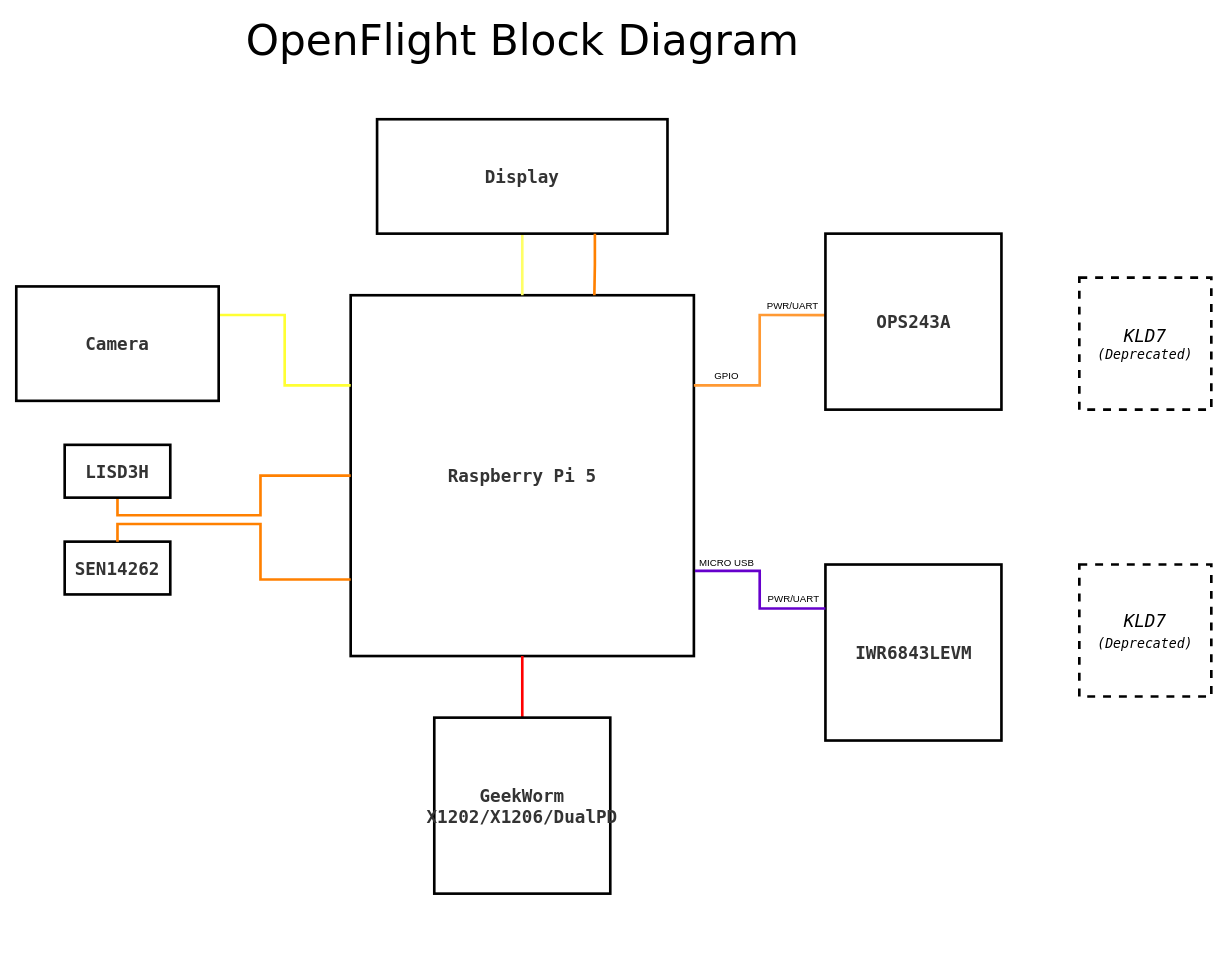
Earlier version of the draw.io diagram docs/OpenFlight_Block_Diagram.drawio (Robinante/OpenFlight-Radar-Workbench). Source tidied: cells renumbered, new cells numbered last; positions are measured from the earlier drawing's top-left corner, leaving out a move shared by most shapes. Both pictures are drawn from the tidied source at 88%, with x=0, y=0 at pixel (16, 27).
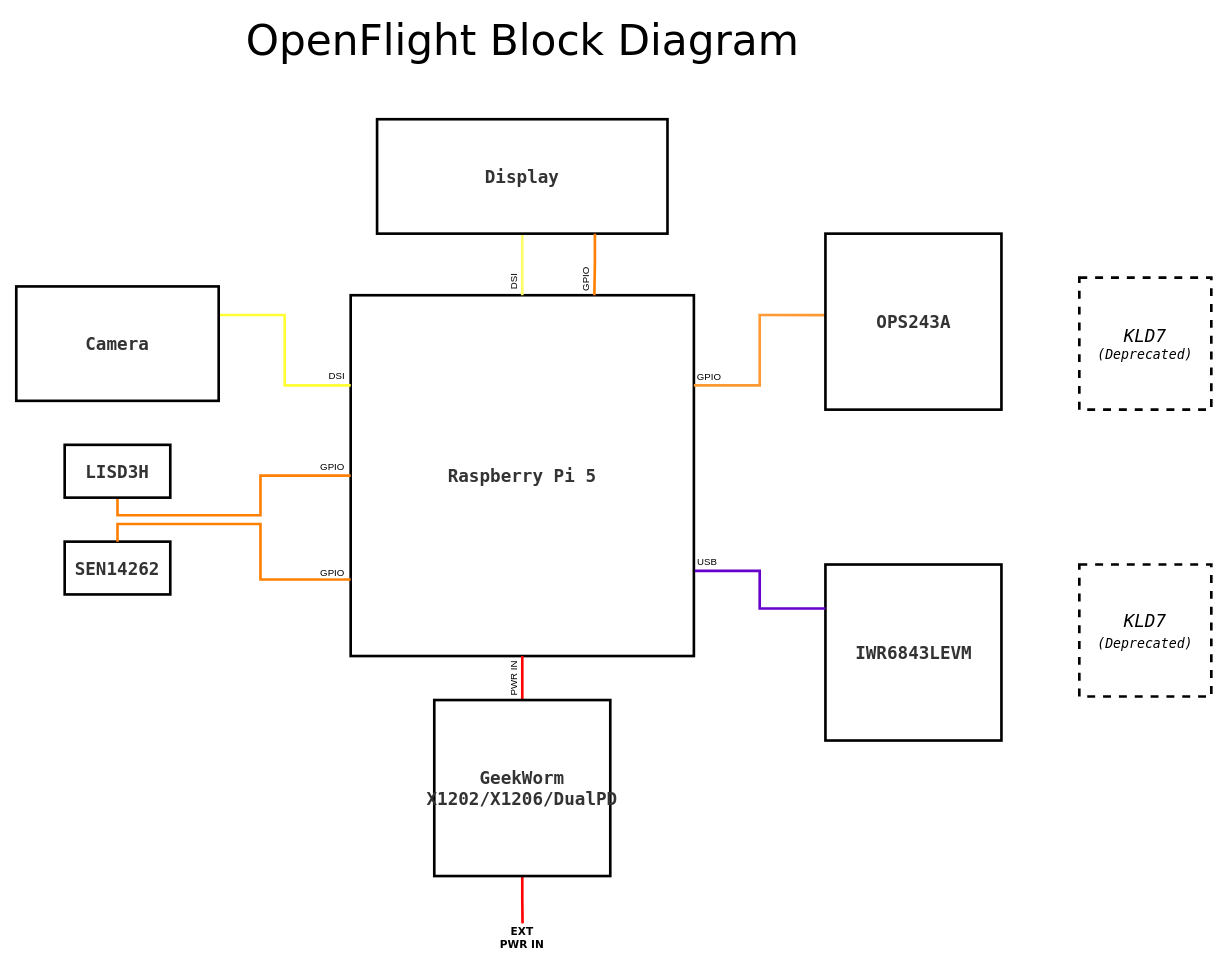
The same diagram, later.

Commit message:
Wires labelled first pass

The change refers to these unchanged cells:
```xml
<mxCell id="3" style="edgeStyle=orthogonalEdgeStyle;rounded=0;jettySize=auto;html=1;exitX=0.5;exitY=1;exitDx=0;exitDy=0;entryX=0.5;entryY=0;entryDx=0;entryDy=0;endArrow=none;endFill=0;strokeColor=#FFFF66;strokeWidth=3;" parent="1" edge="1" source="4" target="2">
  <mxGeometry relative="1" as="geometry" />
</mxCell>
<mxCell id="5" style="edgeStyle=orthogonalEdgeStyle;rounded=0;jettySize=auto;html=1;exitX=1;exitY=0.25;exitDx=0;exitDy=0;entryX=0;entryY=0.25;entryDx=0;entryDy=0;endArrow=none;endFill=0;strokeColor=#FFFF33;strokeWidth=3;" parent="1" edge="1" source="6" target="2">
  <mxGeometry relative="1" as="geometry" />
</mxCell>
<mxCell id="10" style="edgeStyle=orthogonalEdgeStyle;rounded=0;jettySize=auto;html=1;exitX=0.003804;exitY=0.462609;exitDx=0;exitDy=0;exitPerimeter=0;entryX=1;entryY=0.25;entryDx=0;entryDy=0;strokeWidth=3;strokeColor=light-dark(#FF9933,#FF9933);endArrow=none;endFill=0;" parent="1" edge="1" source="13" target="2">
  <mxGeometry relative="1" as="geometry" />
</mxCell>
<mxCell id="15" style="edgeStyle=orthogonalEdgeStyle;rounded=0;jettySize=auto;html=1;exitX=0.5;exitY=0;exitDx=0;exitDy=0;entryX=0.5;entryY=1;entryDx=0;entryDy=0;endArrow=none;endFill=0;strokeWidth=3;strokeColor=#FF0000;" parent="1" edge="1" source="16" target="2">
  <mxGeometry relative="1" as="geometry" />
</mxCell>
<mxCell id="20" style="edgeStyle=orthogonalEdgeStyle;rounded=0;jettySize=auto;html=1;exitX=0;exitY=0.25;exitDx=0;exitDy=0;entryX=1.003;entryY=0.764;entryDx=0;entryDy=0;entryPerimeter=0;endArrow=none;endFill=0;startArrow=none;startFill=0;strokeWidth=3;strokeColor=#6600CC;" parent="1" edge="1" source="14" target="2">
  <mxGeometry relative="1" as="geometry" />
</mxCell>
<mxCell id="23" style="edgeStyle=orthogonalEdgeStyle;rounded=0;jettySize=auto;html=1;exitX=0.5;exitY=0;exitDx=0;exitDy=0;entryX=0;entryY=0.787805;entryDx=0;entryDy=0;entryPerimeter=0;strokeWidth=3;endArrow=none;endFill=0;strokeColor=#FF8000;" parent="1" edge="1" source="7" target="2">
  <mxGeometry relative="1" as="geometry" />
</mxCell>
<mxCell id="24" style="edgeStyle=orthogonalEdgeStyle;rounded=0;jettySize=auto;html=1;exitX=0.75;exitY=1;exitDx=0;exitDy=0;entryX=0.71;entryY=0;entryDx=0;entryDy=0;entryPerimeter=0;endArrow=none;endFill=0;strokeColor=#FF8000;strokeWidth=3;" parent="1" edge="1" source="4" target="2">
  <mxGeometry relative="1" as="geometry" />
</mxCell>
```

The edit, as a diff of the source:
```diff
@@
+    <mxCell id="25" value="DSI" style="edgeLabel;html=1;align=center;verticalAlign=middle;rotation=270;" parent="3" vertex="1">
+      <mxGeometry x="-0.44" y="-1" relative="1" as="geometry">
+        <mxPoint x="-9" y="36" as="offset" />
+      </mxGeometry>
+    </mxCell>
@@
+    <mxCell id="26" value="DSI" style="edgeLabel;html=1;align=center;verticalAlign=middle;" parent="5" vertex="1">
+      <mxGeometry x="0.64" y="3" relative="1" as="geometry">
+        <mxPoint x="24" y="-8" as="offset" />
+      </mxGeometry>
+    </mxCell>
@@
-    <mxCell id="11" value="PWR/UART" style="edgeLabel;html=1;align=center;verticalAlign=middle;" parent="10" vertex="1">
-      <mxGeometry x="-0.54" relative="1" as="geometry">
-        <mxPoint x="14" y="-11" as="offset" />
-      </mxGeometry>
-    </mxCell>
     <mxCell id="12" value="GPIO" style="edgeLabel;html=1;align=center;verticalAlign=middle;" parent="10" vertex="1">
       <mxGeometry x="0.7" relative="1" as="geometry">
-        <mxPoint x="2" y="-11" as="offset" />
+        <mxPoint x="-18" y="-10" as="offset" />
       </mxGeometry>
     </mxCell>
@@
+    <mxCell id="27" value="PWR IN" style="edgeLabel;html=1;align=center;verticalAlign=middle;rotation=270;" parent="15" vertex="1">
+      <mxGeometry x="0.81" y="-1" relative="1" as="geometry">
+        <mxPoint x="-11" y="22" as="offset" />
+      </mxGeometry>
+    </mxCell>
+    <mxCell id="28" style="edgeStyle=orthogonalEdgeStyle;rounded=0;jettySize=auto;html=1;exitX=0.5;exitY=1;exitDx=0;exitDy=0;strokeWidth=3;strokeColor=#FF0000;endArrow=none;endFill=0;" parent="1" edge="1" source="16">
+      <mxGeometry relative="1" as="geometry">
+        <mxPoint x="575.3" y="1017.8" as="targetPoint" />
+      </mxGeometry>
+    </mxCell>
     <mxCell id="16" value="GeekWorm&lt;br&gt;X1202/X1206/DualPD" style="rounded=0;whiteSpace=wrap;html=1;strokeWidth=3;fontFamily=Lucida Console;fontSize=20;fontColor=#333333;fontStyle=1;align=center;verticalAlign=middle;labelBorderColor=none;labelBackgroundColor=none;" parent="1" vertex="1">
-      <mxGeometry x="475" y="784" width="200" height="200" as="geometry" />
+      <mxGeometry x="475" y="764" width="200" height="200" as="geometry" />
     </mxCell>
@@
-    <mxCell id="21" value="PWR/UART" style="edgeLabel;html=1;align=center;verticalAlign=middle;" parent="20" vertex="1">
-      <mxGeometry x="-0.57" y="1" relative="1" as="geometry">
-        <mxPoint x="4" y="-13" as="offset" />
-      </mxGeometry>
-    </mxCell>
-    <mxCell id="22" value="MICRO USB" style="edgeLabel;html=1;align=center;verticalAlign=middle;" parent="20" vertex="1">
+    <mxCell id="22" value="USB" style="edgeLabel;html=1;align=center;verticalAlign=middle;" parent="20" vertex="1">
       <mxGeometry x="0.65" relative="1" as="geometry">
-        <mxPoint x="2" y="-10" as="offset" />
+        <mxPoint x="-20" y="-11" as="offset" />
       </mxGeometry>
     </mxCell>
@@
+    <mxCell id="29" value="GPIO" style="edgeLabel;html=1;align=center;verticalAlign=middle;" parent="23" vertex="1">
+      <mxGeometry x="0.78" y="-7" relative="1" as="geometry">
+        <mxPoint x="17" y="-16" as="offset" />
+      </mxGeometry>
+    </mxCell>
+    <mxCell id="30" value="GPIO" style="edgeLabel;html=1;align=center;verticalAlign=middle;" parent="23" vertex="1">
+      <mxGeometry x="0.78" y="-7" relative="1" as="geometry">
+        <mxPoint x="17" y="-136" as="offset" />
+      </mxGeometry>
+    </mxCell>
@@
+    <mxCell id="31" value="GPIO" style="edgeLabel;html=1;align=center;verticalAlign=middle;rotation=270;" parent="24" vertex="1">
+      <mxGeometry x="0.34" relative="1" as="geometry">
+        <mxPoint x="-10" y="6" as="offset" />
+      </mxGeometry>
+    </mxCell>
+    <mxCell id="32" value="&lt;font face=&quot;Verdana&quot;&gt;&lt;b&gt;EXT PWR IN&lt;/b&gt;&lt;/font&gt;" style="text;html=1;whiteSpace=wrap;strokeColor=none;fillColor=none;align=center;verticalAlign=middle;rounded=0;" parent="1" vertex="1">
+      <mxGeometry x="545" y="1019" width="60" height="30" as="geometry" />
+    </mxCell>
```
